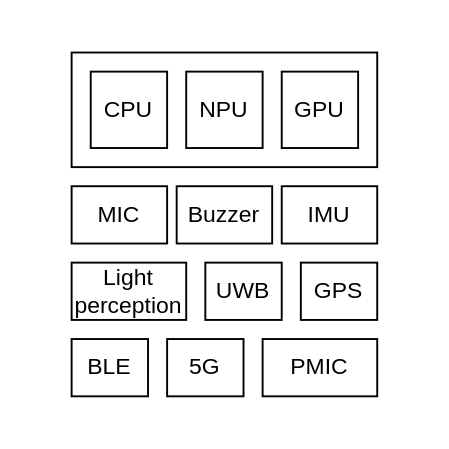
Above: AI-robots.drawio in mailonghua/drawio (draw.io), before the change. Source tidied: cells renumbered, new cells numbered last; positions are measured from the earlier drawing's top-left corner, leaving out a move shared by most shapes. Both pictures are drawn from the tidied source at 191%, with x=0, y=0 at pixel (71, 52).
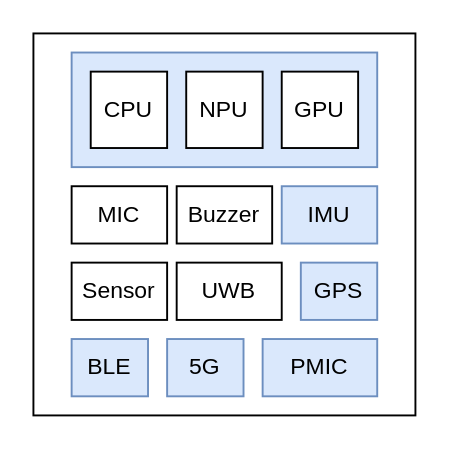
After the change.

The edit, as a diff of the source:
```diff
@@
 <mxGraphModel>
   <root>
     <mxCell id="0" />
     <mxCell id="1" parent="0" />
+    <mxCell id="15" style="rounded=0;whiteSpace=wrap;html=1;" parent="1" vertex="1">
+      <mxGeometry x="-20" y="-10" width="200" height="200" as="geometry" />
+    </mxCell>
-    <mxCell id="2" style="rounded=0;whiteSpace=wrap;html=1;" parent="1" vertex="1">
+    <mxCell id="2" style="rounded=0;whiteSpace=wrap;html=1;fillColor=#dae8fc;strokeColor=#6c8ebf;" parent="1" vertex="1">
       <mxGeometry width="160" height="60" as="geometry" />
     </mxCell>
     <mxCell id="3" value="CPU" style="rounded=0;whiteSpace=wrap;html=1;" parent="1" vertex="1">
       <mxGeometry x="10" y="10" width="40" height="40" as="geometry" />
     </mxCell>
     <mxCell id="4" value="NPU" style="rounded=0;whiteSpace=wrap;html=1;" parent="1" vertex="1">
       <mxGeometry x="60" y="10" width="40" height="40" as="geometry" />
     </mxCell>
     <mxCell id="5" value="GPU" style="rounded=0;whiteSpace=wrap;html=1;" parent="1" vertex="1">
       <mxGeometry x="110" y="10" width="40" height="40" as="geometry" />
     </mxCell>
     <mxCell id="6" value="MIC" style="rounded=0;whiteSpace=wrap;html=1;" parent="1" vertex="1">
       <mxGeometry y="70" width="50" height="30" as="geometry" />
     </mxCell>
     <mxCell id="7" value="Buzzer" style="rounded=0;whiteSpace=wrap;html=1;" parent="1" vertex="1">
       <mxGeometry x="55" y="70" width="50" height="30" as="geometry" />
     </mxCell>
-    <mxCell id="8" value="IMU" style="rounded=0;whiteSpace=wrap;html=1;" parent="1" vertex="1">
+    <mxCell id="8" value="IMU" style="rounded=0;whiteSpace=wrap;html=1;fillColor=#dae8fc;strokeColor=#6c8ebf;" parent="1" vertex="1">
       <mxGeometry x="110" y="70" width="50" height="30" as="geometry" />
     </mxCell>
-    <mxCell id="9" value="Light perception" style="rounded=0;whiteSpace=wrap;html=1;" parent="1" vertex="1">
-      <mxGeometry y="110" width="60" height="30" as="geometry" />
+    <mxCell id="9" value="Sensor" style="rounded=0;whiteSpace=wrap;html=1;" parent="1" vertex="1">
+      <mxGeometry y="110" width="50" height="30" as="geometry" />
     </mxCell>
     <mxCell id="10" value="UWB" style="rounded=0;whiteSpace=wrap;html=1;" parent="1" vertex="1">
-      <mxGeometry x="70" y="110" width="40" height="30" as="geometry" />
+      <mxGeometry x="55" y="110" width="55" height="30" as="geometry" />
     </mxCell>
-    <mxCell id="11" value="GPS" style="rounded=0;whiteSpace=wrap;html=1;" parent="1" vertex="1">
+    <mxCell id="11" value="GPS" style="rounded=0;whiteSpace=wrap;html=1;fillColor=#dae8fc;strokeColor=#6c8ebf;" parent="1" vertex="1">
       <mxGeometry x="120" y="110" width="40" height="30" as="geometry" />
     </mxCell>
-    <mxCell id="12" value="BLE" style="rounded=0;whiteSpace=wrap;html=1;" parent="1" vertex="1">
+    <mxCell id="12" value="BLE" style="rounded=0;whiteSpace=wrap;html=1;fillColor=#dae8fc;strokeColor=#6c8ebf;" parent="1" vertex="1">
       <mxGeometry y="150" width="40" height="30" as="geometry" />
     </mxCell>
-    <mxCell id="13" value="5G" style="rounded=0;whiteSpace=wrap;html=1;" parent="1" vertex="1">
+    <mxCell id="13" value="5G" style="rounded=0;whiteSpace=wrap;html=1;fillColor=#dae8fc;strokeColor=#6c8ebf;" parent="1" vertex="1">
       <mxGeometry x="50" y="150" width="40" height="30" as="geometry" />
     </mxCell>
-    <mxCell id="14" value="PMIC" style="rounded=0;whiteSpace=wrap;html=1;" parent="1" vertex="1">
+    <mxCell id="14" value="PMIC" style="rounded=0;whiteSpace=wrap;html=1;fillColor=#dae8fc;strokeColor=#6c8ebf;" parent="1" vertex="1">
       <mxGeometry x="100" y="150" width="60" height="30" as="geometry" />
     </mxCell>
   </root>
 </mxGraphModel>
```
